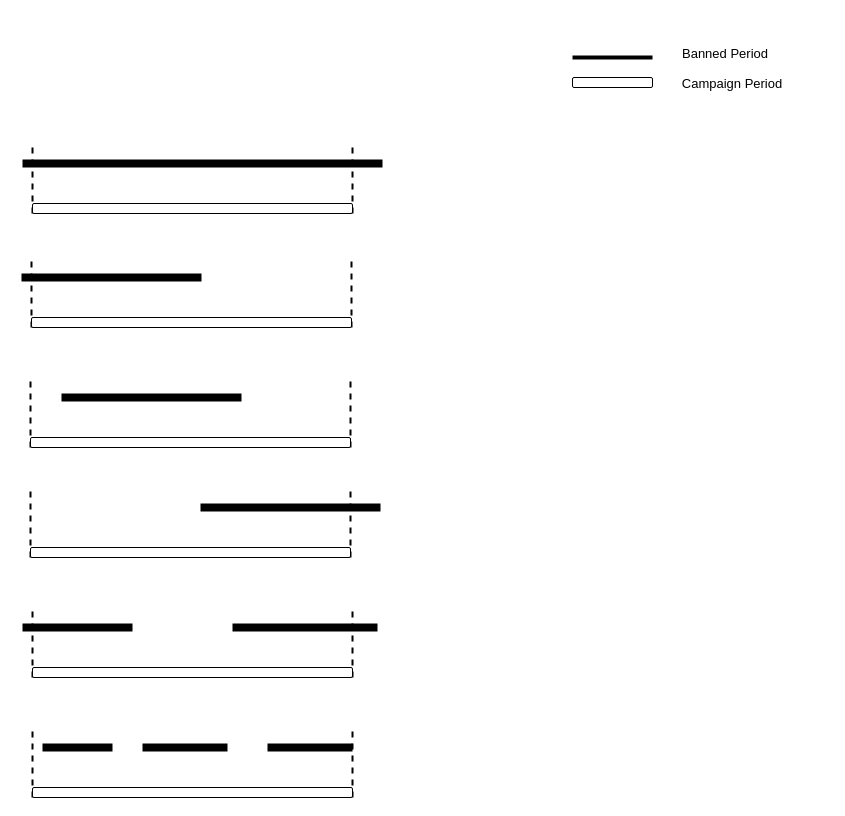
Before: game_blacklist_cover.drawio in EricLuoisme/own-diagrams-draw-io, a draw.io diagram. Source tidied: cells renumbered, new cells numbered last; positions are measured from the earlier drawing's top-left corner, leaving out a move shared by most shapes. Both pictures are drawn from the tidied source at 100%, with x=0, y=0 at pixel (21, 37).
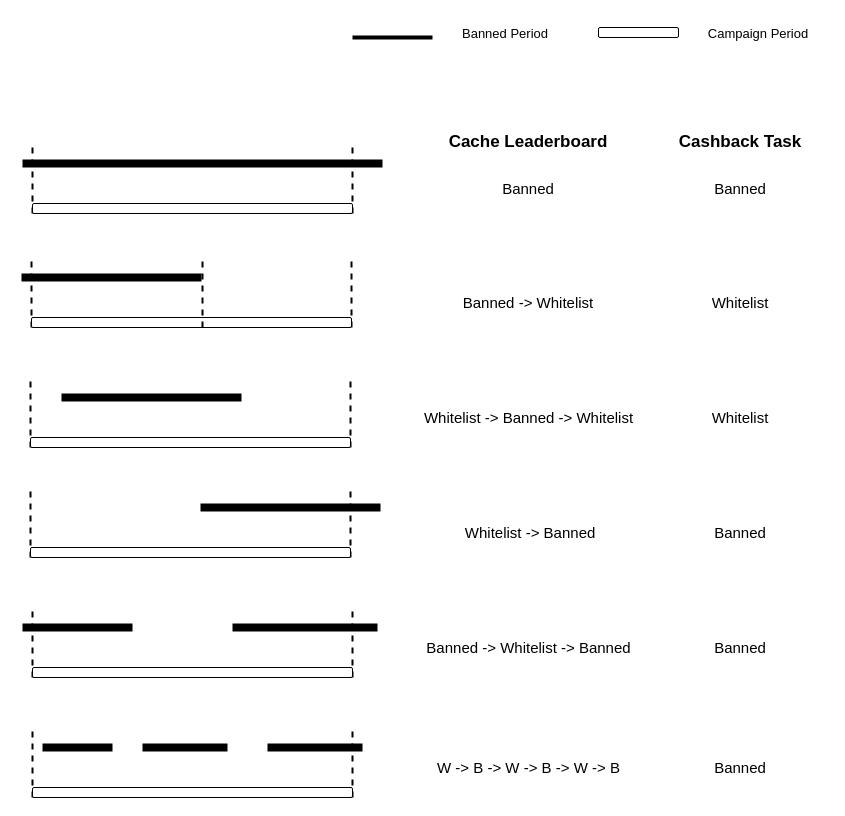
The same page after the edit.

What changed in the source:
```diff
@@
     <mxCell id="6" style="endArrow=none;html=1;rounded=0;strokeWidth=4;" parent="1" edge="1">
       <mxGeometry relative="1" as="geometry">
-        <mxPoint x="551" y="20" as="sourcePoint" />
-        <mxPoint x="631" y="20" as="targetPoint" />
+        <mxPoint x="331" as="sourcePoint" />
+        <mxPoint x="411" as="targetPoint" />
       </mxGeometry>
     </mxCell>
     <mxCell id="7" style="rounded=1;whiteSpace=wrap;html=1;" parent="1" vertex="1">
-      <mxGeometry x="551" y="40" width="80" height="10" as="geometry" />
+      <mxGeometry x="577" y="-10" width="80" height="10" as="geometry" />
     </mxCell>
     <mxCell id="8" value="&lt;font style=&quot;font-size: 13px;&quot;&gt;Banned Period&lt;/font&gt;" style="text;strokeColor=none;align=center;fillColor=none;html=1;verticalAlign=middle;whiteSpace=wrap;rounded=0;fontSize=15;" parent="1" vertex="1">
-      <mxGeometry x="634" width="140" height="30" as="geometry" />
+      <mxGeometry x="414" y="-20" width="140" height="30" as="geometry" />
     </mxCell>
     <mxCell id="9" value="&lt;font style=&quot;font-size: 13px;&quot;&gt;Campaign Period&lt;/font&gt;" style="text;strokeColor=none;align=center;fillColor=none;html=1;verticalAlign=middle;whiteSpace=wrap;rounded=0;fontSize=15;" parent="1" vertex="1">
-      <mxGeometry x="641" y="30" width="140" height="30" as="geometry" />
+      <mxGeometry x="667" y="-20" width="140" height="30" as="geometry" />
     </mxCell>
@@
     <mxCell id="32" style="endArrow=none;html=1;rounded=0;strokeWidth=8;" parent="1" edge="1">
       <mxGeometry relative="1" as="geometry">
         <mxPoint x="246" y="710" as="sourcePoint" />
-        <mxPoint x="331" y="710" as="targetPoint" />
+        <mxPoint x="341" y="710" as="targetPoint" />
         <Array as="points">
           <mxPoint x="266" y="710" />
           <mxPoint x="246" y="710" />
           <mxPoint x="306" y="710" />
         </Array>
       </mxGeometry>
     </mxCell>
+    <mxCell id="33" value="&lt;font style=&quot;font-size: 17px;&quot;&gt;&lt;b&gt;Cache Leaderboard&lt;/b&gt;&lt;/font&gt;" style="text;strokeColor=none;align=center;fillColor=none;html=1;verticalAlign=middle;whiteSpace=wrap;rounded=0;fontSize=15;" parent="1" vertex="1">
+      <mxGeometry x="422" y="85" width="170" height="40" as="geometry" />
+    </mxCell>
+    <mxCell id="34" value="Banned -&amp;gt; Whitelist" style="text;strokeColor=none;align=center;fillColor=none;html=1;verticalAlign=middle;whiteSpace=wrap;rounded=0;fontSize=15;" parent="1" vertex="1">
+      <mxGeometry x="437" y="250" width="140" height="30" as="geometry" />
+    </mxCell>
+    <mxCell id="35" value="Whitelist" style="text;strokeColor=none;align=center;fillColor=none;html=1;verticalAlign=middle;whiteSpace=wrap;rounded=0;fontSize=15;" parent="1" vertex="1">
+      <mxGeometry x="649" y="365" width="140" height="30" as="geometry" />
+    </mxCell>
+    <mxCell id="36" value="&lt;font style=&quot;font-size: 17px;&quot;&gt;&lt;b&gt;Cashback Task&lt;br&gt;&lt;/b&gt;&lt;/font&gt;" style="text;strokeColor=none;align=center;fillColor=none;html=1;verticalAlign=middle;whiteSpace=wrap;rounded=0;fontSize=15;" parent="1" vertex="1">
+      <mxGeometry x="634" y="85" width="170" height="40" as="geometry" />
+    </mxCell>
+    <mxCell id="37" value="Banned" style="text;strokeColor=none;align=center;fillColor=none;html=1;verticalAlign=middle;whiteSpace=wrap;rounded=0;fontSize=15;" parent="1" vertex="1">
+      <mxGeometry x="649" y="136" width="140" height="30" as="geometry" />
+    </mxCell>
+    <mxCell id="38" value="Banned" style="text;strokeColor=none;align=center;fillColor=none;html=1;verticalAlign=middle;whiteSpace=wrap;rounded=0;fontSize=15;" parent="1" vertex="1">
+      <mxGeometry x="437" y="136" width="140" height="30" as="geometry" />
+    </mxCell>
+    <mxCell id="39" style="endArrow=none;html=1;rounded=0;dashed=1;strokeWidth=2;" parent="1" edge="1">
+      <mxGeometry relative="1" as="geometry">
+        <mxPoint x="181" y="290" as="sourcePoint" />
+        <mxPoint x="181" y="220" as="targetPoint" />
+      </mxGeometry>
+    </mxCell>
+    <mxCell id="40" value="Whitelist -&amp;gt; Banned -&amp;gt; Whitelist" style="text;strokeColor=none;align=center;fillColor=none;html=1;verticalAlign=middle;whiteSpace=wrap;rounded=0;fontSize=15;" parent="1" vertex="1">
+      <mxGeometry x="399.5" y="360" width="215" height="40" as="geometry" />
+    </mxCell>
+    <mxCell id="41" value="Whitelist" style="text;strokeColor=none;align=center;fillColor=none;html=1;verticalAlign=middle;whiteSpace=wrap;rounded=0;fontSize=15;" parent="1" vertex="1">
+      <mxGeometry x="649" y="250" width="140" height="30" as="geometry" />
+    </mxCell>
+    <mxCell id="42" value="&amp;nbsp;Whitelist -&amp;gt; Banned" style="text;strokeColor=none;align=center;fillColor=none;html=1;verticalAlign=middle;whiteSpace=wrap;rounded=0;fontSize=15;" parent="1" vertex="1">
+      <mxGeometry x="437" y="480" width="140" height="30" as="geometry" />
+    </mxCell>
+    <mxCell id="43" value="Banned" style="text;strokeColor=none;align=center;fillColor=none;html=1;verticalAlign=middle;whiteSpace=wrap;rounded=0;fontSize=15;" parent="1" vertex="1">
+      <mxGeometry x="649" y="595" width="140" height="30" as="geometry" />
+    </mxCell>
+    <mxCell id="44" value="Banned -&amp;gt; Whitelist -&amp;gt; Banned" style="text;strokeColor=none;align=center;fillColor=none;html=1;verticalAlign=middle;whiteSpace=wrap;rounded=0;fontSize=15;" parent="1" vertex="1">
+      <mxGeometry x="399.5" y="590" width="215" height="40" as="geometry" />
+    </mxCell>
+    <mxCell id="45" value="Banned" style="text;strokeColor=none;align=center;fillColor=none;html=1;verticalAlign=middle;whiteSpace=wrap;rounded=0;fontSize=15;" parent="1" vertex="1">
+      <mxGeometry x="649" y="480" width="140" height="30" as="geometry" />
+    </mxCell>
+    <mxCell id="46" value="W -&amp;gt; B -&amp;gt; W -&amp;gt; B -&amp;gt; W -&amp;gt; B" style="text;strokeColor=none;align=center;fillColor=none;html=1;verticalAlign=middle;whiteSpace=wrap;rounded=0;fontSize=15;" parent="1" vertex="1">
+      <mxGeometry x="399.5" y="710" width="215" height="40" as="geometry" />
+    </mxCell>
+    <mxCell id="47" value="Banned" style="text;strokeColor=none;align=center;fillColor=none;html=1;verticalAlign=middle;whiteSpace=wrap;rounded=0;fontSize=15;" parent="1" vertex="1">
+      <mxGeometry x="649" y="715" width="140" height="30" as="geometry" />
+    </mxCell>
```
